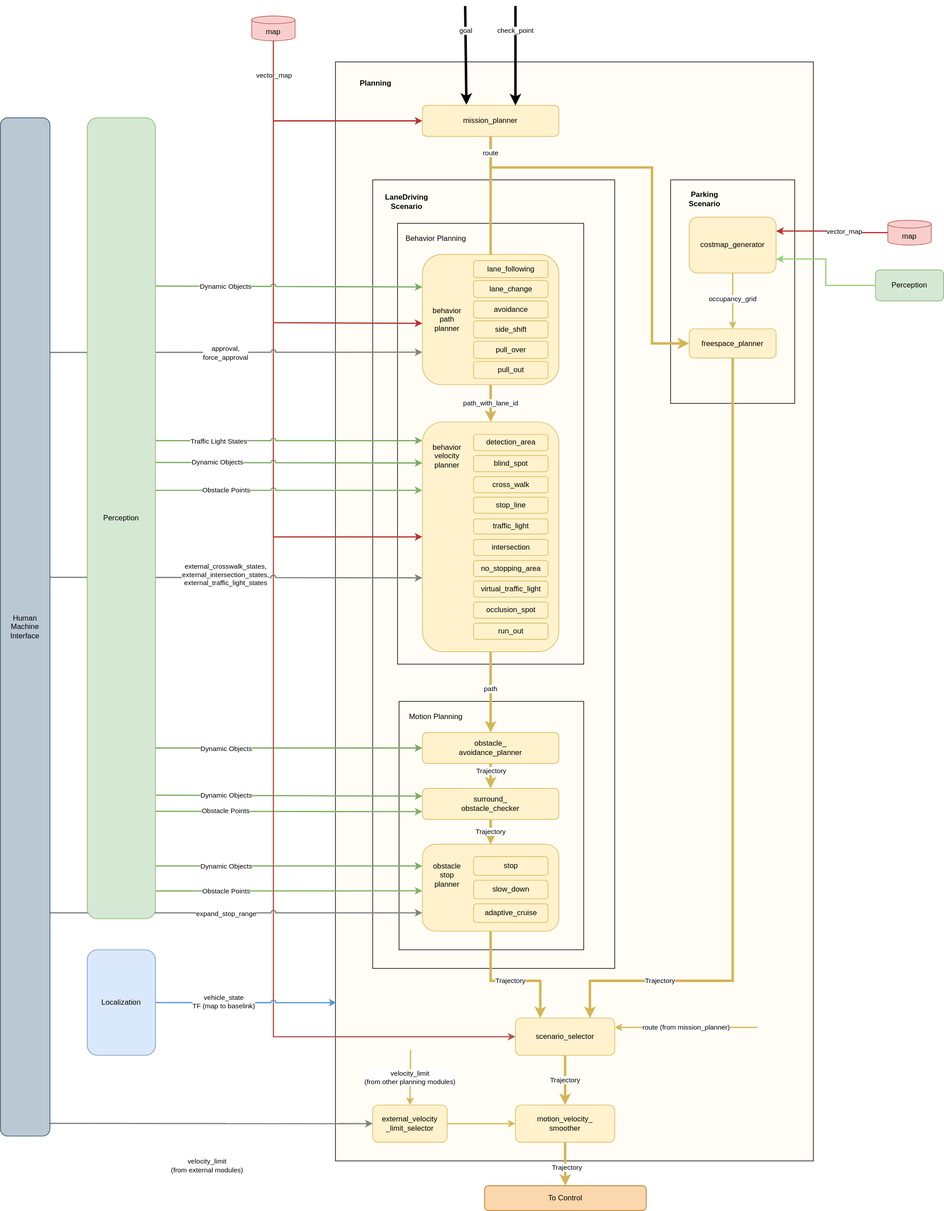
Above: pr-325/design/autoware-architecture/planning/image/planning-diagram.drawio.svg in youtalk/autoware-documentation (draw.io), before the change. Source tidied: cells renumbered, new cells last; positions are measured from the earlier drawing's top-left corner, leaving out a move shared by most shapes.
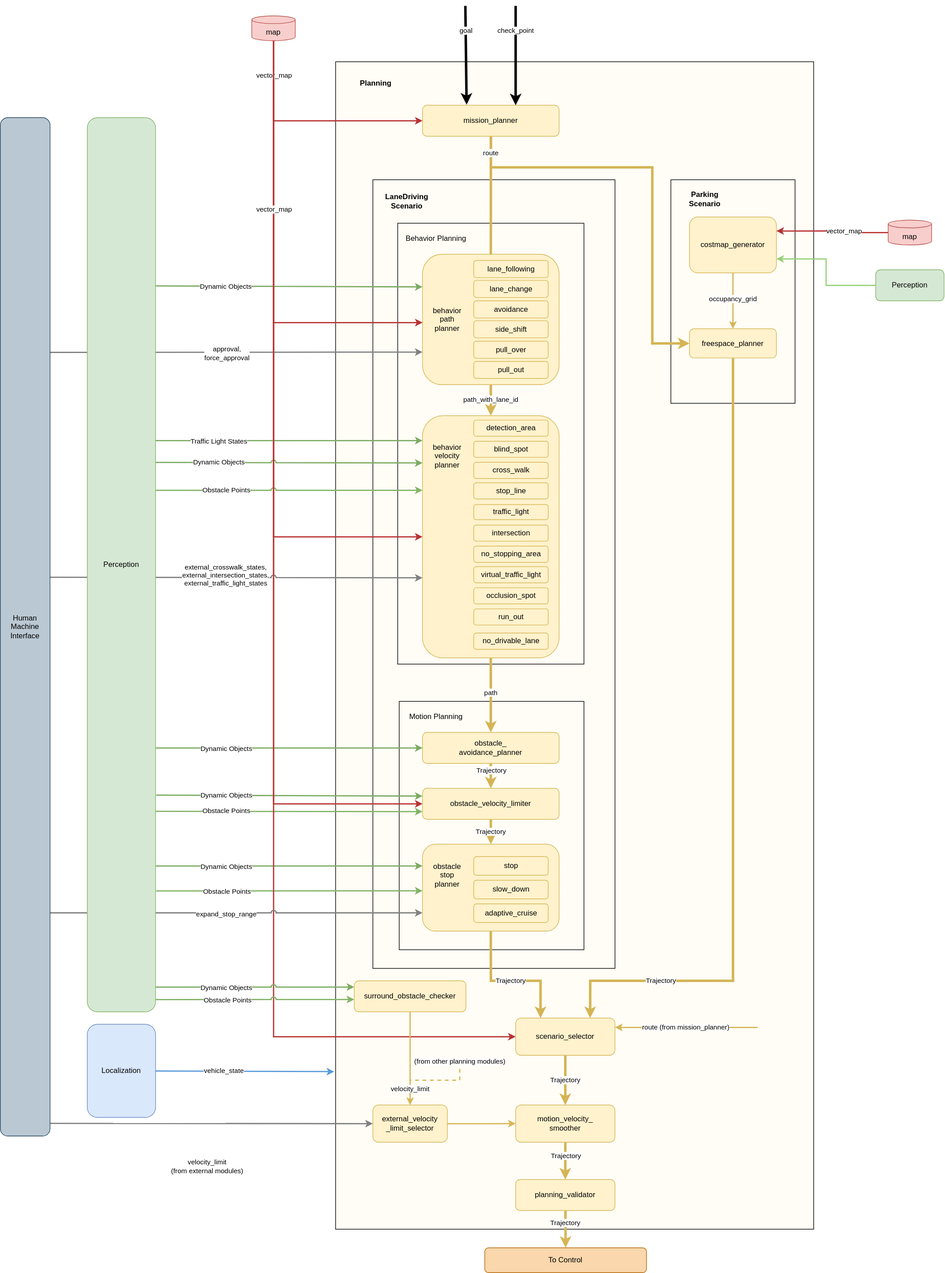
Above is the later version.

What changed in the source:
```diff
@@ -3,7 +3,7 @@
     <mxCell id="0" />
     <mxCell id="1" parent="0" />
     <mxCell id="2" style="rounded=0;whiteSpace=wrap;html=1;sketch=0;verticalAlign=top;fillColor=#FFFDF5;" parent="1" vertex="1">
-      <mxGeometry x="540" y="90" width="770" height="1770" as="geometry" />
+      <mxGeometry x="540" y="90" width="770" height="1880" as="geometry" />
     </mxCell>
     <mxCell id="3" style="rounded=0;whiteSpace=wrap;html=1;sketch=0;verticalAlign=top;fillColor=none;" parent="1" vertex="1">
       <mxGeometry x="600" y="280" width="390" height="1270" as="geometry" />
@@ -47,7 +47,7 @@
       <mxGeometry x="-0.08" relative="1" as="geometry" />
     </mxCell>
     <mxCell id="14" style="rounded=1;whiteSpace=wrap;html=1;comic=0;fillColor=#fff2cc;strokeColor=#d6b656;verticalAlign=top;sketch=0;shadow=0;" parent="1" vertex="1">
-      <mxGeometry x="680" y="670" width="220" height="370" as="geometry" />
+      <mxGeometry x="680" y="660" width="220" height="390" as="geometry" />
     </mxCell>
     <mxCell id="15" value="Trajectory" style="edgeStyle=none;rounded=0;comic=0;jettySize=auto;html=1;entryX=0.5;entryY=0;entryDx=0;entryDy=0;startArrow=none;startFill=0;strokeColor=#D4B455;strokeWidth=4;" parent="1" edge="1" source="16" target="18">
       <mxGeometry x="-0.4" y="1" relative="1" as="geometry" />
@@ -58,7 +58,7 @@
     <mxCell id="17" value="Trajectory" style="edgeStyle=none;rounded=0;comic=0;jettySize=auto;html=1;exitX=0.5;exitY=1;exitDx=0;exitDy=0;entryX=0.5;entryY=0;entryDx=0;entryDy=0;startArrow=none;startFill=0;strokeColor=#D4B455;strokeWidth=4;" parent="1" edge="1" source="18" target="21">
       <mxGeometry relative="1" as="geometry" />
     </mxCell>
-    <mxCell id="18" value="surround_&lt;br&gt;obstacle_checker" style="rounded=1;whiteSpace=wrap;html=1;comic=0;fillColor=#fff2cc;strokeColor=#d6b656;sketch=0;shadow=0;" parent="1" vertex="1">
+    <mxCell id="18" value="obstacle_velocity_limiter" style="rounded=1;whiteSpace=wrap;html=1;comic=0;fillColor=#fff2cc;strokeColor=#d6b656;sketch=0;shadow=0;" parent="1" vertex="1">
       <mxGeometry x="680" y="1260" width="220" height="50" as="geometry" />
     </mxCell>
     <mxCell id="19" style="edgeStyle=orthogonalEdgeStyle;rounded=0;comic=0;jettySize=auto;html=1;entryX=0.25;entryY=0;entryDx=0;entryDy=0;strokeColor=#D4B455;strokeWidth=4;exitX=0.5;exitY=1;exitDx=0;exitDy=0;" parent="1" edge="1" source="21" target="23">
@@ -83,13 +83,13 @@
     <mxCell id="23" value="scenario_selector" style="rounded=1;whiteSpace=wrap;html=1;comic=0;fillColor=#fff2cc;strokeColor=#d6b656;sketch=0;shadow=0;" parent="1" vertex="1">
       <mxGeometry x="830" y="1630" width="160" height="60" as="geometry" />
     </mxCell>
-    <mxCell id="24" style="edgeStyle=orthogonalEdgeStyle;rounded=0;comic=0;jettySize=auto;html=1;strokeWidth=4;strokeColor=#D4B455;" parent="1" edge="1" source="26">
-      <mxGeometry relative="1" as="geometry">
-        <mxPoint x="910.5" y="1900" as="targetPoint" />
-      </mxGeometry>
+    <mxCell id="24" style="edgeStyle=orthogonalEdgeStyle;rounded=0;comic=0;jettySize=auto;html=1;strokeWidth=4;strokeColor=#D4B455;entryX=0.5;entryY=0;entryDx=0;entryDy=0;" parent="1" edge="1" source="26" target="115">
+      <mxGeometry relative="1" as="geometry" />
     </mxCell>
     <mxCell id="25" value="&lt;font color=&quot;#000000&quot;&gt;Trajectory&lt;/font&gt;" style="edgeLabel;html=1;align=center;verticalAlign=middle;fontColor=#666666;" parent="24" vertex="1">
-      <mxGeometry x="0.16" y="2" relative="1" as="geometry" />
+      <mxGeometry x="0.16" y="2" relative="1" as="geometry">
+        <mxPoint x="-2" y="-15" as="offset" />
+      </mxGeometry>
     </mxCell>
     <mxCell id="26" value="motion_velocity_&lt;br&gt;smoother" style="rounded=1;whiteSpace=wrap;html=1;comic=0;fillColor=#fff2cc;strokeColor=#d6b656;sketch=0;shadow=0;" parent="1" vertex="1">
       <mxGeometry x="830" y="1770" width="160" height="60" as="geometry" />
@@ -180,7 +180,7 @@
       </mxGeometry>
     </mxCell>
     <mxCell id="46" value="To Control" style="rounded=1;whiteSpace=wrap;html=1;comic=0;fillColor=#fad7ac;strokeColor=#b46504;sketch=0;shadow=0;" parent="1" vertex="1">
-      <mxGeometry x="780.2" y="1900" width="260.5" height="40" as="geometry" />
+      <mxGeometry x="780.2" y="2000" width="260.5" height="40" as="geometry" />
     </mxCell>
     <mxCell id="47" value="vector_map" style="edgeStyle=orthogonalEdgeStyle;rounded=0;comic=0;jettySize=auto;html=1;entryX=1;entryY=0.25;entryDx=0;entryDy=0;fontColor=#000000;strokeWidth=2;strokeColor=#B83232;exitX=0;exitY=0.5;exitDx=0;exitDy=0;exitPerimeter=0;" parent="1" edge="1" source="65" target="31">
       <mxGeometry x="-0.23" y="-2" relative="1" as="geometry" />
@@ -276,7 +276,7 @@
     <mxCell id="65" value="map" style="shape=cylinder3;whiteSpace=wrap;html=1;boundedLbl=1;backgroundOutline=1;size=6.231516520182296;sketch=0;verticalAlign=top;fillColor=#f8cecc;strokeColor=#b85450;" parent="1" vertex="1">
       <mxGeometry x="1430" y="345" width="70" height="40" as="geometry" />
     </mxCell>
-    <mxCell id="66" style="edgeStyle=orthogonalEdgeStyle;html=1;entryX=0;entryY=0.5;entryDx=0;entryDy=0;strokeWidth=2;rounded=0;fillColor=#f8cecc;strokeColor=#b85450;" parent="1" edge="1" source="67" target="23">
+    <mxCell id="66" style="edgeStyle=orthogonalEdgeStyle;html=1;entryX=0;entryY=0.5;entryDx=0;entryDy=0;strokeWidth=2;rounded=0;fillColor=#f8cecc;strokeColor=#B83232;" parent="1" edge="1" source="67" target="23">
       <mxGeometry relative="1" as="geometry">
         <Array as="points">
           <mxPoint x="440" y="1660" />
@@ -286,16 +286,14 @@
     <mxCell id="67" value="map" style="shape=cylinder3;whiteSpace=wrap;html=1;boundedLbl=1;backgroundOutline=1;size=6.231516520182296;sketch=0;verticalAlign=top;fillColor=#f8cecc;strokeColor=#b85450;" parent="1" vertex="1">
       <mxGeometry x="405" y="16" width="70" height="40" as="geometry" />
     </mxCell>
-    <mxCell id="68" style="edgeStyle=none;rounded=1;comic=0;jumpStyle=arc;jettySize=auto;html=1;entryX=0.002;entryY=0.935;entryDx=0;entryDy=0;entryPerimeter=0;fontColor=#000000;strokeWidth=2;strokeColor=#5899DB;" parent="1" edge="1" source="70">
-      <mxGeometry relative="1" as="geometry">
-        <mxPoint x="541.5" y="1605.2" as="targetPoint" />
-      </mxGeometry>
+    <mxCell id="68" style="edgeStyle=none;rounded=1;comic=0;jumpStyle=arc;jettySize=auto;html=1;entryX=-0.003;entryY=0.865;entryDx=0;entryDy=0;entryPerimeter=0;fontColor=#000000;strokeWidth=2;strokeColor=#5899DB;" parent="1" edge="1" source="70" target="2">
+      <mxGeometry relative="1" as="geometry" />
     </mxCell>
-    <mxCell id="69" value="vehicle_state&lt;br&gt;TF (map to baselink)" style="edgeLabel;html=1;align=center;verticalAlign=middle;fontColor=#000000;" parent="68" vertex="1">
+    <mxCell id="69" value="vehicle_state" style="edgeLabel;html=1;align=center;verticalAlign=middle;fontColor=#000000;" parent="68" vertex="1">
       <mxGeometry x="-0.25" y="2" relative="1" as="geometry" />
     </mxCell>
     <mxCell id="70" value="&lt;div style=&quot;text-align: left&quot;&gt;Localization&lt;/div&gt;" style="rounded=1;whiteSpace=wrap;html=1;comic=0;fillColor=#dae8fc;strokeColor=#6c8ebf;sketch=0;shadow=0;" parent="1" vertex="1">
-      <mxGeometry x="140" y="1520" width="110" height="170" as="geometry" />
+      <mxGeometry x="140" y="1640" width="110" height="150" as="geometry" />
     </mxCell>
     <mxCell id="71" style="rounded=0;comic=0;jumpStyle=arc;jettySize=auto;html=1;entryX=0;entryY=0.75;entryDx=0;entryDy=0;fontColor=#000000;strokeColor=#808080;strokeWidth=2;" parent="1" edge="1" target="12">
       <mxGeometry relative="1" as="geometry">
@@ -344,7 +342,7 @@
       </mxGeometry>
     </mxCell>
     <mxCell id="80" value="Perception" style="rounded=1;whiteSpace=wrap;html=1;comic=0;fillColor=#d5e8d4;strokeColor=#82b366;sketch=0;shadow=0;" parent="1" vertex="1">
-      <mxGeometry x="140" y="180" width="110" height="1290" as="geometry" />
+      <mxGeometry x="140" y="180" width="110" height="1440" as="geometry" />
     </mxCell>
     <mxCell id="81" style="rounded=0;comic=0;jumpStyle=arc;jettySize=auto;html=1;fontColor=#000000;strokeColor=#808080;strokeWidth=2;entryX=0;entryY=0.5;entryDx=0;entryDy=0;" parent="1" edge="1" target="87">
       <mxGeometry relative="1" as="geometry">
@@ -371,10 +369,8 @@
     <mxCell id="87" value="external_velocity&lt;br&gt;_limit_selector" style="rounded=1;whiteSpace=wrap;html=1;fillColor=#fff2cc;strokeColor=#d6b656;" parent="1" vertex="1">
       <mxGeometry x="600" y="1770" width="120" height="60" as="geometry" />
     </mxCell>
-    <mxCell id="88" value="velocity_limit&lt;br&gt;(from other planning modules)" style="endArrow=classic;html=1;strokeWidth=2;entryX=0.5;entryY=0;entryDx=0;entryDy=0;fillColor=#fff2cc;strokeColor=#d6b656;" parent="1" edge="1" target="87">
-      <mxGeometry relative="1" as="geometry">
-        <mxPoint x="661" y="1681" as="sourcePoint" />
-      </mxGeometry>
+    <mxCell id="88" value="velocity_limit&lt;br&gt;" style="endArrow=classic;html=1;strokeWidth=2;entryX=0.5;entryY=0;entryDx=0;entryDy=0;fillColor=#fff2cc;strokeColor=#d6b656;" parent="1" edge="1" source="108" target="87">
+      <mxGeometry x="0.67" relative="1" as="geometry" />
     </mxCell>
     <mxCell id="89" value="avoidance" style="rounded=1;whiteSpace=wrap;html=1;comic=0;fillColor=#fff2cc;strokeColor=#d6b656;sketch=0;shadow=0;" parent="1" vertex="1">
       <mxGeometry x="762.5" y="475" width="120" height="27.5" as="geometry" />
@@ -395,34 +391,34 @@
       <mxGeometry x="762.5" y="572.5" width="120" height="27.5" as="geometry" />
     </mxCell>
     <mxCell id="95" value="blind_spot" style="rounded=1;whiteSpace=wrap;html=1;comic=0;fillColor=#fff2cc;strokeColor=#d6b656;sketch=0;shadow=0;" parent="1" vertex="1">
-      <mxGeometry x="762.5" y="724" width="120" height="26.1" as="geometry" />
+      <mxGeometry x="762.5" y="701" width="120" height="26.1" as="geometry" />
     </mxCell>
     <mxCell id="96" value="cross_walk" style="rounded=1;whiteSpace=wrap;html=1;comic=0;fillColor=#fff2cc;strokeColor=#d6b656;sketch=0;shadow=0;" parent="1" vertex="1">
-      <mxGeometry x="762.5" y="758" width="120" height="26.1" as="geometry" />
+      <mxGeometry x="762.5" y="735" width="120" height="26.1" as="geometry" />
     </mxCell>
     <mxCell id="97" value="stop_line" style="rounded=1;whiteSpace=wrap;html=1;comic=0;fillColor=#fff2cc;strokeColor=#d6b656;sketch=0;shadow=0;" parent="1" vertex="1">
-      <mxGeometry x="762.5" y="791" width="120" height="26.1" as="geometry" />
+      <mxGeometry x="762.5" y="768" width="120" height="26.1" as="geometry" />
     </mxCell>
     <mxCell id="98" value="traffic_light" style="rounded=1;whiteSpace=wrap;html=1;comic=0;fillColor=#fff2cc;strokeColor=#d6b656;sketch=0;shadow=0;" parent="1" vertex="1">
-      <mxGeometry x="762.5" y="826" width="120" height="24.3" as="geometry" />
+      <mxGeometry x="762.5" y="803" width="120" height="24.3" as="geometry" />
     </mxCell>
     <mxCell id="99" value="intersection" style="rounded=1;whiteSpace=wrap;html=1;comic=0;fillColor=#fff2cc;strokeColor=#d6b656;sketch=0;shadow=0;" parent="1" vertex="1">
-      <mxGeometry x="762.5" y="859" width="120" height="26.1" as="geometry" />
+      <mxGeometry x="762.5" y="836" width="120" height="26.1" as="geometry" />
     </mxCell>
     <mxCell id="100" value="detection_area" style="rounded=1;whiteSpace=wrap;html=1;comic=0;fillColor=#fff2cc;strokeColor=#d6b656;sketch=0;shadow=0;" parent="1" vertex="1">
-      <mxGeometry x="762.5" y="690" width="120" height="26.1" as="geometry" />
+      <mxGeometry x="762.5" y="667" width="120" height="26.1" as="geometry" />
     </mxCell>
     <mxCell id="101" value="no_stopping_area" style="rounded=1;whiteSpace=wrap;html=1;comic=0;fillColor=#fff2cc;strokeColor=#d6b656;sketch=0;shadow=0;" parent="1" vertex="1">
-      <mxGeometry x="762.5" y="893" width="120" height="26.1" as="geometry" />
+      <mxGeometry x="762.5" y="870" width="120" height="26.1" as="geometry" />
     </mxCell>
     <mxCell id="102" value="virtual_traffic_light" style="rounded=1;whiteSpace=wrap;html=1;comic=0;fillColor=#fff2cc;strokeColor=#d6b656;sketch=0;shadow=0;" parent="1" vertex="1">
-      <mxGeometry x="762.5" y="926" width="120" height="26.1" as="geometry" />
+      <mxGeometry x="762.5" y="903" width="120" height="26.1" as="geometry" />
     </mxCell>
     <mxCell id="103" value="occlusion_spot" style="rounded=1;whiteSpace=wrap;html=1;comic=0;fillColor=#fff2cc;strokeColor=#d6b656;sketch=0;shadow=0;" parent="1" vertex="1">
-      <mxGeometry x="762.5" y="960" width="120" height="26.1" as="geometry" />
+      <mxGeometry x="762.5" y="937" width="120" height="26.1" as="geometry" />
     </mxCell>
     <mxCell id="104" value="run_out" style="rounded=1;whiteSpace=wrap;html=1;comic=0;fillColor=#fff2cc;strokeColor=#d6b656;sketch=0;shadow=0;" parent="1" vertex="1">
-      <mxGeometry x="762.5" y="993.9" width="120" height="26.1" as="geometry" />
+      <mxGeometry x="762.5" y="970.9" width="120" height="26.1" as="geometry" />
     </mxCell>
     <mxCell id="105" value="check_point" style="endArrow=classic;html=1;entryX=0.5;entryY=0;entryDx=0;entryDy=0;strokeWidth=4;" parent="1" edge="1">
       <mxGeometry x="-0.5" relative="1" as="geometry">
@@ -430,5 +426,60 @@
         <mxPoint x="830" y="160" as="targetPoint" />
       </mxGeometry>
     </mxCell>
+    <mxCell id="106" style="edgeStyle=orthogonalEdgeStyle;rounded=0;comic=0;jettySize=auto;html=1;fontColor=#666666;strokeWidth=2;strokeColor=#B83232;entryX=0;entryY=0.5;entryDx=0;entryDy=0;" parent="1" edge="1" source="67" target="18">
+      <mxGeometry relative="1" as="geometry">
+        <Array as="points">
+          <mxPoint x="440" y="1285" />
+        </Array>
+      </mxGeometry>
+    </mxCell>
+    <mxCell id="107" value="vector_map" style="edgeLabel;html=1;align=center;verticalAlign=middle;fontColor=#000000;" parent="106" vertex="1">
+      <mxGeometry x="-0.44" y="1" relative="1" as="geometry">
+        <mxPoint x="-1" y="-138" as="offset" />
+      </mxGeometry>
+    </mxCell>
+    <mxCell id="108" value="surround_obstacle_checker" style="rounded=1;whiteSpace=wrap;html=1;comic=0;fillColor=#fff2cc;strokeColor=#d6b656;sketch=0;shadow=0;" parent="1" vertex="1">
+      <mxGeometry x="570" y="1570" width="180" height="50" as="geometry" />
+    </mxCell>
+    <mxCell id="109" value="(from other planning modules)" style="endArrow=none;html=1;strokeWidth=2;fillColor=#fff2cc;strokeColor=#d6b656;dashed=1;rounded=0;endFill=0;" parent="1" edge="1">
+      <mxGeometry x="-1" relative="1" as="geometry">
+        <mxPoint x="740" y="1700" as="sourcePoint" />
+        <mxPoint x="660" y="1730" as="targetPoint" />
+        <Array as="points">
+          <mxPoint x="740" y="1730" />
+        </Array>
+      </mxGeometry>
+    </mxCell>
+    <mxCell id="110" style="edgeStyle=none;rounded=1;comic=0;jumpStyle=arc;orthogonalLoop=1;jettySize=auto;html=1;fontColor=#000000;strokeWidth=2;strokeColor=#82b366;fillColor=#d5e8d4;" parent="1" edge="1">
+      <mxGeometry relative="1" as="geometry">
+        <mxPoint x="250" y="1600.2" as="sourcePoint" />
+        <mxPoint x="570" y="1600" as="targetPoint" />
+      </mxGeometry>
+    </mxCell>
+    <mxCell id="111" value="Obstacle Points" style="edgeLabel;html=1;align=center;verticalAlign=middle;fontColor=#000000;" parent="110" vertex="1">
+      <mxGeometry x="-0.23" y="-2" relative="1" as="geometry">
+        <mxPoint x="-10" y="-2" as="offset" />
+      </mxGeometry>
+    </mxCell>
+    <mxCell id="112" style="rounded=0;comic=0;orthogonalLoop=1;jettySize=auto;html=1;fontColor=#000000;strokeWidth=2;strokeColor=#7CAB62;jumpStyle=arc;" parent="1" edge="1">
+      <mxGeometry relative="1" as="geometry">
+        <mxPoint x="250" y="1580" as="sourcePoint" />
+        <mxPoint x="570" y="1580" as="targetPoint" />
+      </mxGeometry>
+    </mxCell>
+    <mxCell id="113" value="Dynamic Objects" style="edgeLabel;html=1;align=center;verticalAlign=middle;fontColor=#000000;" parent="112" vertex="1">
+      <mxGeometry x="-0.64" y="3" relative="1" as="geometry">
+        <mxPoint x="55" y="3" as="offset" />
+      </mxGeometry>
+    </mxCell>
+    <mxCell id="114" value="&lt;span style=&quot;color: rgb(0, 0, 0); font-family: Helvetica; font-size: 11px; font-style: normal; font-variant-ligatures: normal; font-variant-caps: normal; font-weight: 400; letter-spacing: normal; orphans: 2; text-align: center; text-indent: 0px; text-transform: none; widows: 2; word-spacing: 0px; -webkit-text-stroke-width: 0px; background-color: rgb(255, 255, 255); text-decoration-thickness: initial; text-decoration-style: initial; text-decoration-color: initial; float: none; display: inline !important;&quot;&gt;Trajectory&lt;/span&gt;" style="edgeStyle=none;html=1;entryX=0.5;entryY=0;entryDx=0;entryDy=0;fillColor=#fff2cc;strokeColor=#d6b656;strokeWidth=4;" parent="1" edge="1" source="115" target="46">
+      <mxGeometry x="-0.33" relative="1" as="geometry" />
+    </mxCell>
+    <mxCell id="115" value="planning_validator" style="rounded=1;whiteSpace=wrap;html=1;comic=0;fillColor=#fff2cc;strokeColor=#d6b656;sketch=0;shadow=0;" parent="1" vertex="1">
+      <mxGeometry x="830" y="1890" width="160" height="50" as="geometry" />
+    </mxCell>
+    <mxCell id="116" value="no_drivable_lane" style="rounded=1;whiteSpace=wrap;html=1;comic=0;fillColor=#fff2cc;strokeColor=#d6b656;sketch=0;shadow=0;" parent="1" vertex="1">
+      <mxGeometry x="762.5" y="1010" width="120" height="26.1" as="geometry" />
+    </mxCell>
   </root>
 </mxGraphModel>
```
